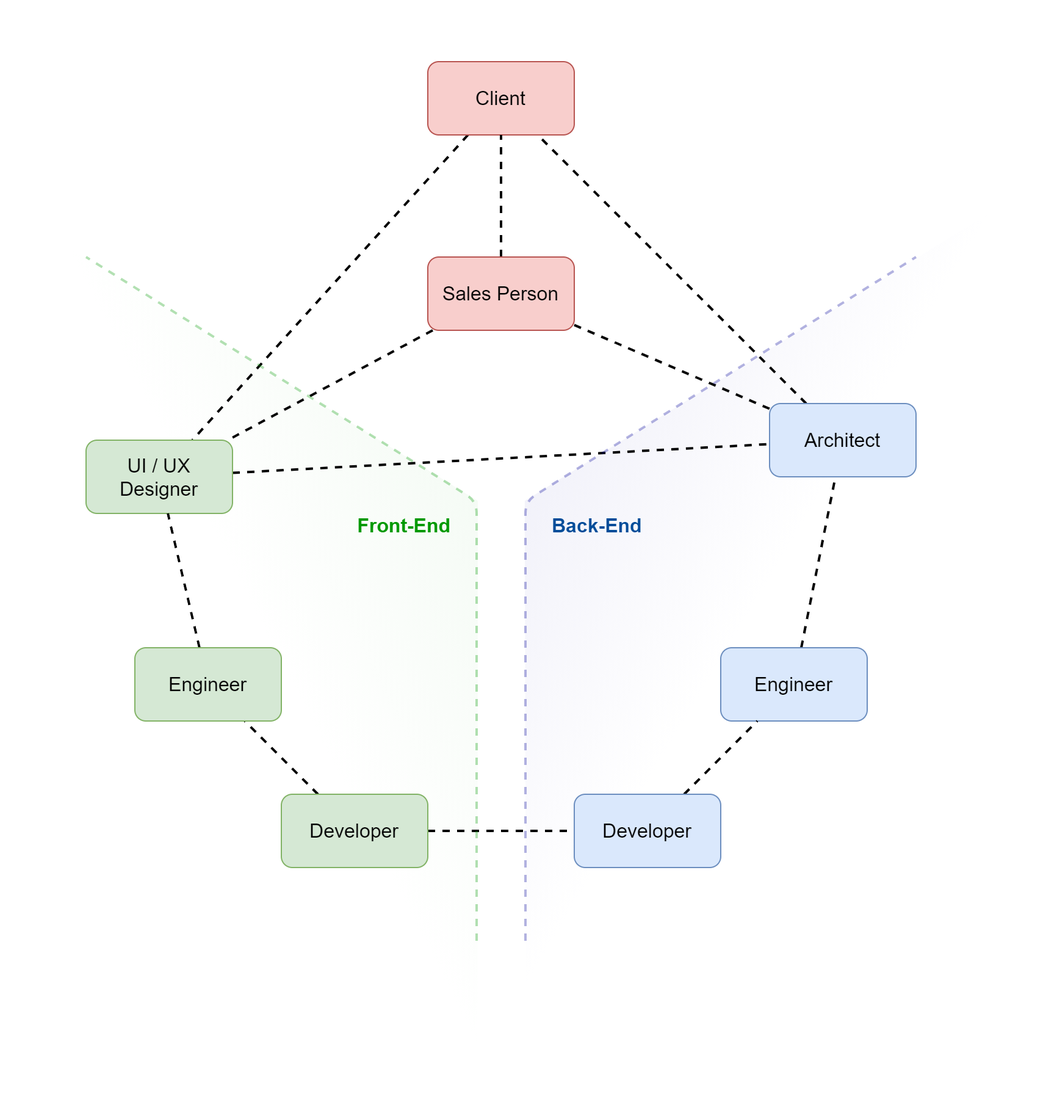
Above: Backend & Frontend/relation.drawio.png in akinuri/notebook (draw.io), before the change. Source tidied: cells renumbered, new cells last; positions are measured from the earlier drawing's top-left corner, leaving out a move shared by most shapes.
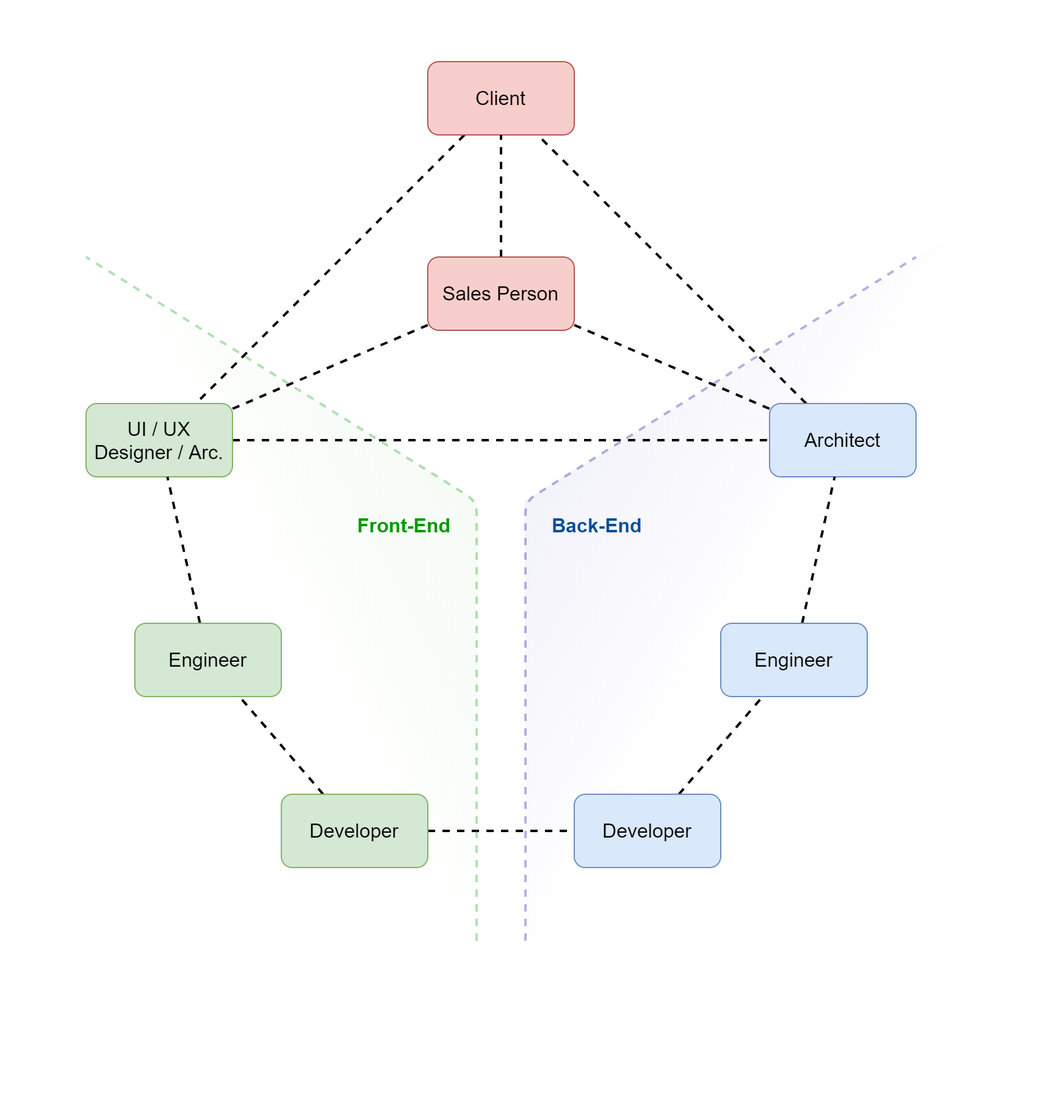
Above is the later version.

The edit, as a diff of the source:
```diff
@@ -35,14 +35,14 @@
     <mxCell id="12" style="edgeStyle=none;rounded=0;jettySize=auto;html=1;dashed=1;fontSize=16;fontColor=#009900;endArrow=none;endFill=0;strokeColor=#000000;strokeWidth=2;" parent="1" edge="1" source="13" target="11">
       <mxGeometry relative="1" as="geometry" />
     </mxCell>
-    <mxCell id="13" value="UI / UX Designer" style="rounded=1;whiteSpace=wrap;html=1;fontSize=16;verticalAlign=middle;fillColor=#d5e8d4;strokeColor=#82b366;" parent="1" vertex="1">
-      <mxGeometry x="130" y="310" width="120" height="60" as="geometry" />
+    <mxCell id="13" value="UI / UX Designer / Arc." style="rounded=1;whiteSpace=wrap;html=1;fontSize=16;verticalAlign=middle;fillColor=#d5e8d4;strokeColor=#82b366;" parent="1" vertex="1">
+      <mxGeometry x="130" y="280" width="120" height="60" as="geometry" />
     </mxCell>
     <mxCell id="14" style="rounded=0;jettySize=auto;html=1;dashed=1;fontSize=16;fontColor=#009900;endArrow=none;endFill=0;strokeWidth=2;" parent="1" edge="1" source="15" target="11">
       <mxGeometry relative="1" as="geometry" />
     </mxCell>
     <mxCell id="15" value="Engineer" style="rounded=1;whiteSpace=wrap;html=1;fontSize=16;verticalAlign=middle;fillColor=#dae8fc;strokeColor=#6c8ebf;" parent="1" vertex="1">
-      <mxGeometry x="650" y="480" width="120" height="60" as="geometry" />
+      <mxGeometry x="650" y="460" width="120" height="60" as="geometry" />
     </mxCell>
     <mxCell id="16" style="edgeStyle=none;rounded=0;jettySize=auto;html=1;dashed=1;fontSize=16;fontColor=#009900;endArrow=none;endFill=0;strokeWidth=2;" parent="1" edge="1" source="17" target="15">
       <mxGeometry relative="1" as="geometry" />
@@ -87,7 +87,7 @@
       <mxGeometry x="340" y="370" width="90" height="20" as="geometry" />
     </mxCell>
     <mxCell id="26" value="Engineer" style="rounded=1;whiteSpace=wrap;html=1;fontSize=16;verticalAlign=middle;fillColor=#d5e8d4;strokeColor=#82b366;" parent="1" vertex="1">
-      <mxGeometry x="170" y="480" width="120" height="60" as="geometry" />
+      <mxGeometry x="170" y="460" width="120" height="60" as="geometry" />
     </mxCell>
   </root>
 </mxGraphModel>
```
